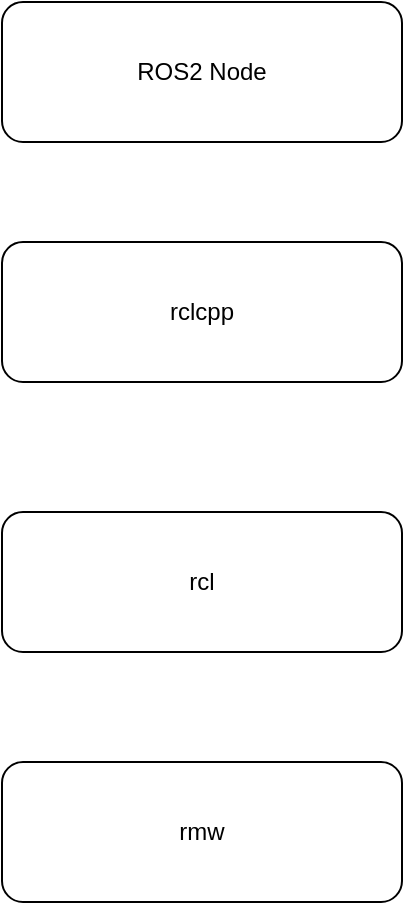
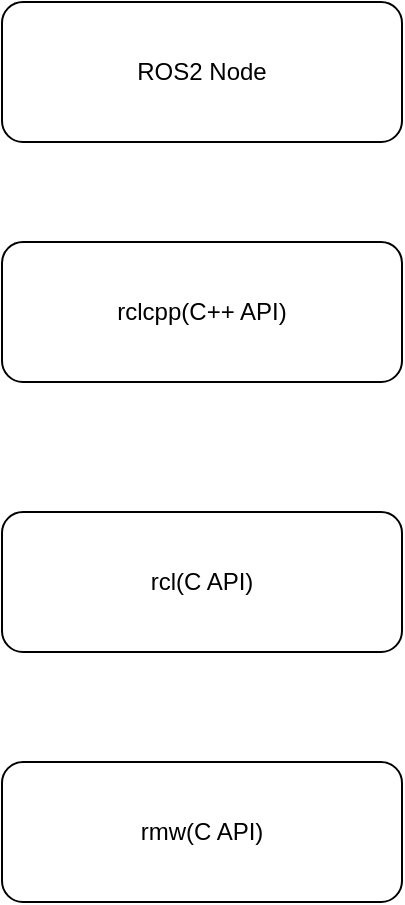
<mxfile host="app.diagrams.net">
  <diagram name="第 1 页" id="_2lEX-sws0WeVsrUzEHx">
    <mxGraphModel dx="1178" dy="659" grid="1" gridSize="10" guides="1" tooltips="1" connect="1" arrows="1" fold="1" page="1" pageScale="1" pageWidth="827" pageHeight="1169" math="0" shadow="0">
      <root>
        <mxCell id="0" />
        <mxCell id="1" parent="0" />
        <mxCell id="CdBaPtaR014crQh5ZqR6-1" parent="1" style="rounded=1;whiteSpace=wrap;html=1;" value="ROS2 Node" vertex="1">
          <mxGeometry height="70" width="200" x="280" y="260" as="geometry" />
        </mxCell>
-         <mxCell id="CdBaPtaR014crQh5ZqR6-2" parent="1" style="rounded=1;whiteSpace=wrap;html=1;" value="rclcpp" vertex="1">
+         <mxCell id="CdBaPtaR014crQh5ZqR6-2" parent="1" style="rounded=1;whiteSpace=wrap;html=1;" value="rclcpp(C++ API)" vertex="1">
          <mxGeometry height="70" width="200" x="280" y="380" as="geometry" />
        </mxCell>
-         <mxCell id="CdBaPtaR014crQh5ZqR6-3" parent="1" style="rounded=1;whiteSpace=wrap;html=1;" value="rcl" vertex="1">
+         <mxCell id="CdBaPtaR014crQh5ZqR6-3" parent="1" style="rounded=1;whiteSpace=wrap;html=1;" value="rcl(C API)" vertex="1">
          <mxGeometry height="70" width="200" x="280" y="515" as="geometry" />
        </mxCell>
-         <mxCell id="CdBaPtaR014crQh5ZqR6-4" parent="1" style="rounded=1;whiteSpace=wrap;html=1;" value="rmw" vertex="1">
+         <mxCell id="CdBaPtaR014crQh5ZqR6-4" parent="1" style="rounded=1;whiteSpace=wrap;html=1;" value="rmw(C API)" vertex="1">
          <mxGeometry height="70" width="200" x="280" y="640" as="geometry" />
        </mxCell>
      </root>
    </mxGraphModel>
  </diagram>
</mxfile>
